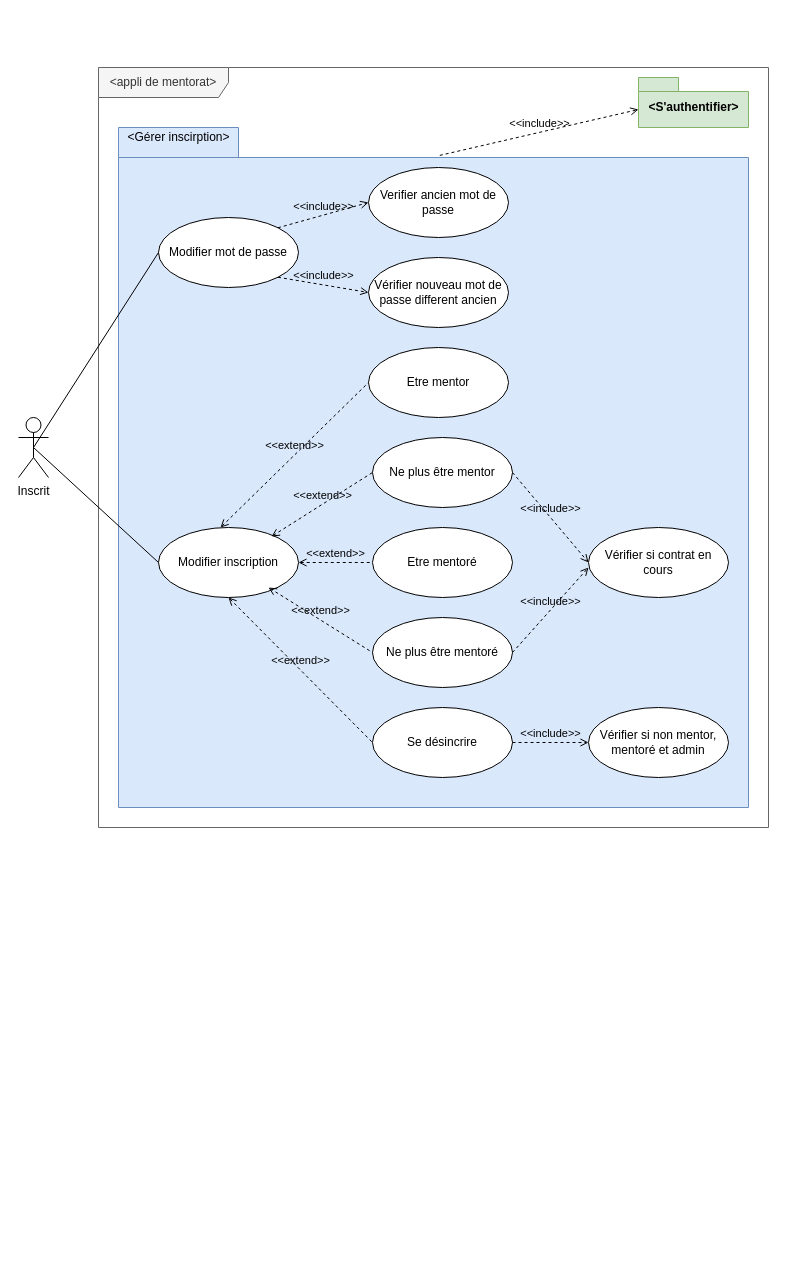
Before: page "Gérer Utilisateurs" (3 of 5) of UseCasesDiagram.drawio in emmo78/Project_ConceptionOfMentorApp, a draw.io diagram. Source tidied: cells renumbered, new cells numbered last; positions are measured from the earlier drawing's top-left corner, leaving out a move shared by most shapes. Both pictures are drawn from the tidied source at 100%, with x=0, y=0 at pixel (18, 67).
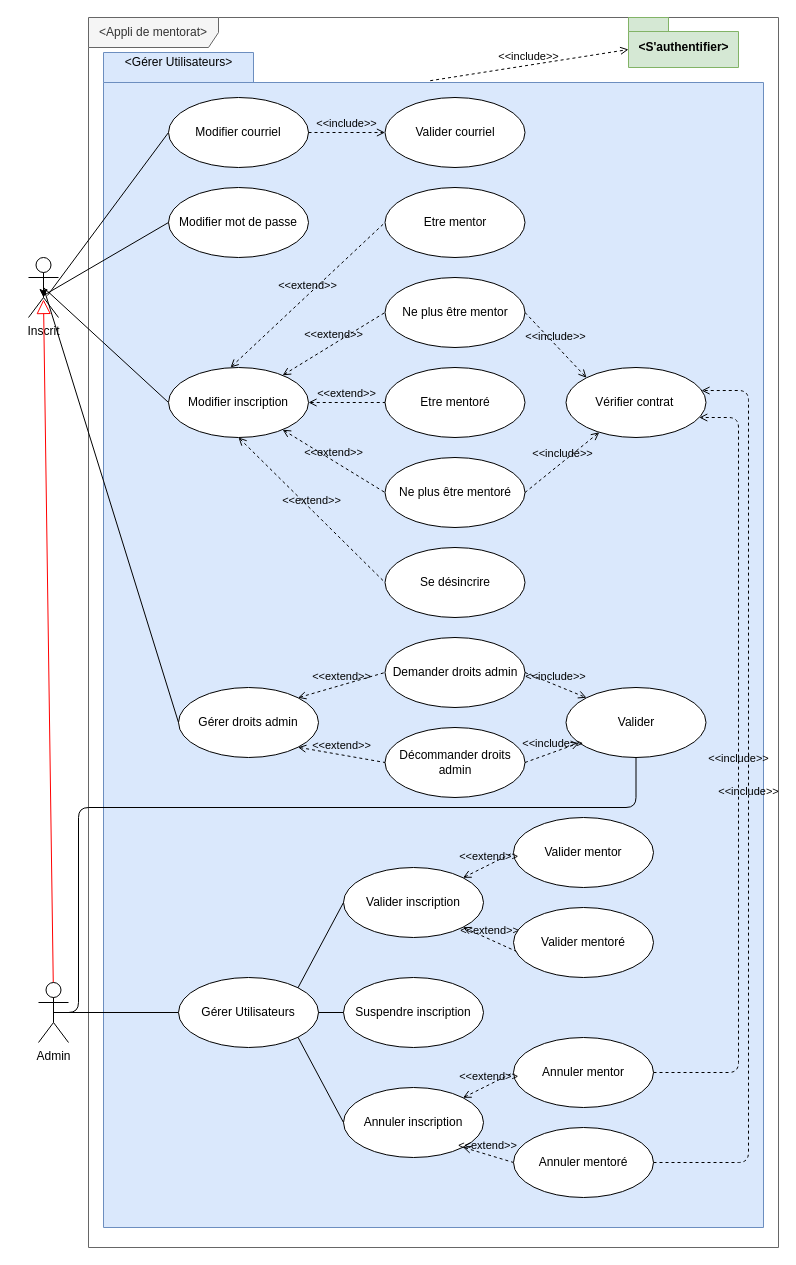
Above is the later version.

The edit, as a diff of the source:
```diff
@@
-    <mxCell id="2" value="&amp;lt;appli de mentorat&amp;gt;" style="shape=umlFrame;whiteSpace=wrap;html=1;width=130;height=30;fillColor=#f5f5f5;strokeColor=#666666;fontColor=#333333;" parent="1" vertex="1">
-      <mxGeometry x="80" width="670" height="760" as="geometry" />
+    <mxCell id="2" value="&amp;lt;Appli de mentorat&amp;gt;" style="shape=umlFrame;whiteSpace=wrap;html=1;width=130;height=30;fillColor=#f5f5f5;strokeColor=#666666;fontColor=#333333;" parent="1" vertex="1">
+      <mxGeometry x="70" y="-50" width="690" height="1230" as="geometry" />
     </mxCell>
     <mxCell id="3" value="&amp;lt;S'authentifier&amp;gt;" style="shape=folder;fontStyle=1;spacingTop=10;tabWidth=40;tabHeight=14;tabPosition=left;html=1;fillColor=#d5e8d4;strokeColor=#82b366;" parent="1" vertex="1">
-      <mxGeometry x="620" y="10" width="110" height="50" as="geometry" />
+      <mxGeometry x="610" y="-50" width="110" height="50" as="geometry" />
     </mxCell>
-    <mxCell id="4" style="shape=folder;fontStyle=1;spacingTop=10;tabWidth=120;tabHeight=30;tabPosition=left;html=1;fillColor=#dae8fc;strokeColor=#6c8ebf;" parent="1" vertex="1">
-      <mxGeometry x="100" y="60" width="630" height="680" as="geometry" />
+    <mxCell id="4" style="shape=folder;fontStyle=1;spacingTop=10;tabWidth=150;tabHeight=30;tabPosition=left;html=1;fillColor=#dae8fc;strokeColor=#6c8ebf;" parent="1" vertex="1">
+      <mxGeometry x="85" y="-15" width="660" height="1175" as="geometry" />
     </mxCell>
-    <mxCell id="5" value="&amp;lt;Gérer inscirption&amp;gt;" style="text;html=1;align=center;verticalAlign=middle;strokeColor=none;" parent="1" vertex="1">
-      <mxGeometry x="100" y="60" width="120" height="20" as="geometry" />
+    <mxCell id="5" value="&amp;lt;Gérer Utilisateurs&amp;gt;" style="text;html=1;align=center;verticalAlign=middle;strokeColor=none;" parent="1" vertex="1">
+      <mxGeometry x="100" y="-15" width="120" height="20" as="geometry" />
     </mxCell>
-    <mxCell id="6" value="&amp;lt;&amp;lt;include&amp;gt;&amp;gt;" style="html=1;verticalAlign=bottom;labelBackgroundColor=none;endArrow=open;endFill=0;dashed=1;strokeWidth=1;exitX=0.51;exitY=0.041;exitDx=0;exitDy=0;exitPerimeter=0;entryX=0;entryY=0;entryDx=0;entryDy=32;entryPerimeter=0;" parent="1" edge="1" source="4" target="3">
+    <mxCell id="6" value="&amp;lt;&amp;lt;include&amp;gt;&amp;gt;" style="html=1;verticalAlign=bottom;labelBackgroundColor=none;endArrow=open;endFill=0;dashed=1;strokeWidth=1;exitX=0.495;exitY=0.024;exitDx=0;exitDy=0;exitPerimeter=0;entryX=0;entryY=0;entryDx=0;entryDy=32;entryPerimeter=0;" parent="1" edge="1" source="4" target="3">
       <mxGeometry relative="1" as="geometry" />
     </mxCell>
     <mxCell id="7" value="Modifier mot de passe" style="ellipse;whiteSpace=wrap;html=1;" parent="1" vertex="1">
-      <mxGeometry x="140" y="150" width="140" height="70" as="geometry" />
+      <mxGeometry x="150" y="120" width="140" height="70" as="geometry" />
     </mxCell>
-    <mxCell id="8" value="Modifier inscription" style="ellipse;whiteSpace=wrap;html=1;" parent="1" vertex="1">
-      <mxGeometry x="140" y="460" width="140" height="70" as="geometry" />
-    </mxCell>
-    <mxCell id="9" value="&amp;lt;&amp;lt;include&amp;gt;&amp;gt;" style="html=1;verticalAlign=bottom;labelBackgroundColor=none;endArrow=open;endFill=0;dashed=1;strokeWidth=1;entryX=0;entryY=0.5;entryDx=0;entryDy=0;exitX=1;exitY=0;exitDx=0;exitDy=0;" parent="1" edge="1" source="7" target="10">
-      <mxGeometry relative="1" as="geometry" />
-    </mxCell>
-    <mxCell id="10" value="Verifier ancien mot de passe" style="ellipse;whiteSpace=wrap;html=1;" parent="1" vertex="1">
-      <mxGeometry x="350" y="100" width="140" height="70" as="geometry" />
-    </mxCell>
-    <mxCell id="11" value="Vérifier nouveau mot de passe different ancien" style="ellipse;whiteSpace=wrap;html=1;" parent="1" vertex="1">
-      <mxGeometry x="350" y="190" width="140" height="70" as="geometry" />
-    </mxCell>
-    <mxCell id="12" value="&amp;lt;&amp;lt;include&amp;gt;&amp;gt;" style="html=1;verticalAlign=bottom;labelBackgroundColor=none;endArrow=open;endFill=0;dashed=1;strokeWidth=1;entryX=0;entryY=0.5;entryDx=0;entryDy=0;exitX=1;exitY=1;exitDx=0;exitDy=0;" parent="1" edge="1" source="7" target="11">
-      <mxGeometry relative="1" as="geometry" />
-    </mxCell>
     <mxCell id="13" value="Etre mentor" style="ellipse;whiteSpace=wrap;html=1;" parent="1" vertex="1">
-      <mxGeometry x="350" y="280" width="140" height="70" as="geometry" />
+      <mxGeometry x="366.5" y="120" width="140" height="70" as="geometry" />
     </mxCell>
     <mxCell id="14" value="Ne plus être mentor" style="ellipse;whiteSpace=wrap;html=1;" parent="1" vertex="1">
-      <mxGeometry x="354" y="370" width="140" height="70" as="geometry" />
+      <mxGeometry x="366.5" y="210" width="140" height="70" as="geometry" />
     </mxCell>
     <mxCell id="15" value="Etre mentoré" style="ellipse;whiteSpace=wrap;html=1;" parent="1" vertex="1">
-      <mxGeometry x="354" y="460" width="140" height="70" as="geometry" />
+      <mxGeometry x="366.5" y="300" width="140" height="70" as="geometry" />
     </mxCell>
     <mxCell id="16" value="Ne plus être mentoré" style="ellipse;whiteSpace=wrap;html=1;" parent="1" vertex="1">
-      <mxGeometry x="354" y="550" width="140" height="70" as="geometry" />
+      <mxGeometry x="366.5" y="390" width="140" height="70" as="geometry" />
     </mxCell>
     <mxCell id="17" value="Se désincrire" style="ellipse;whiteSpace=wrap;html=1;" parent="1" vertex="1">
-      <mxGeometry x="354" y="640" width="140" height="70" as="geometry" />
+      <mxGeometry x="366.5" y="480" width="140" height="70" as="geometry" />
     </mxCell>
-    <mxCell id="18" value="&amp;lt;&amp;lt;extend&amp;gt;&amp;gt;" style="html=1;verticalAlign=bottom;labelBackgroundColor=none;endArrow=none;endFill=0;dashed=1;strokeWidth=1;startArrow=open;startFill=0;exitX=0.443;exitY=0;exitDx=0;exitDy=0;exitPerimeter=0;entryX=0;entryY=0.5;entryDx=0;entryDy=0;" parent="1" edge="1" source="8" target="13">
-      <mxGeometry relative="1" as="geometry" />
-    </mxCell>
-    <mxCell id="19" value="&amp;lt;&amp;lt;extend&amp;gt;&amp;gt;" style="html=1;verticalAlign=bottom;labelBackgroundColor=none;endArrow=none;endFill=0;dashed=1;strokeWidth=1;startArrow=open;startFill=0;exitX=0.807;exitY=0.129;exitDx=0;exitDy=0;exitPerimeter=0;entryX=0;entryY=0.5;entryDx=0;entryDy=0;" parent="1" edge="1" source="8" target="14">
+    <mxCell id="19" value="&amp;lt;&amp;lt;extend&amp;gt;&amp;gt;" style="html=1;verticalAlign=bottom;labelBackgroundColor=none;endArrow=none;endFill=0;dashed=1;strokeWidth=1;startArrow=open;startFill=0;entryX=0;entryY=0.5;entryDx=0;entryDy=0;" parent="1" edge="1" source="8" target="14">
       <mxGeometry relative="1" as="geometry" />
     </mxCell>
-    <mxCell id="20" value="&amp;lt;&amp;lt;extend&amp;gt;&amp;gt;" style="html=1;verticalAlign=bottom;labelBackgroundColor=none;endArrow=none;endFill=0;dashed=1;strokeWidth=1;startArrow=open;startFill=0;exitX=1;exitY=0.5;exitDx=0;exitDy=0;entryX=0;entryY=0.5;entryDx=0;entryDy=0;" parent="1" edge="1" source="8" target="15">
+    <mxCell id="20" value="&amp;lt;&amp;lt;extend&amp;gt;&amp;gt;" style="html=1;verticalAlign=bottom;labelBackgroundColor=none;endArrow=none;endFill=0;dashed=1;strokeWidth=1;startArrow=open;startFill=0;entryX=0;entryY=0.5;entryDx=0;entryDy=0;" parent="1" edge="1" source="8" target="15">
       <mxGeometry relative="1" as="geometry" />
     </mxCell>
-    <mxCell id="21" value="&amp;lt;&amp;lt;extend&amp;gt;&amp;gt;" style="html=1;verticalAlign=bottom;labelBackgroundColor=none;endArrow=none;endFill=0;dashed=1;strokeWidth=1;startArrow=open;startFill=0;entryX=0;entryY=0.5;entryDx=0;entryDy=0;" parent="1" edge="1" target="16">
-      <mxGeometry relative="1" as="geometry">
-        <mxPoint x="250" y="520" as="sourcePoint" />
-      </mxGeometry>
+    <mxCell id="21" value="&amp;lt;&amp;lt;extend&amp;gt;&amp;gt;" style="html=1;verticalAlign=bottom;labelBackgroundColor=none;endArrow=none;endFill=0;dashed=1;strokeWidth=1;startArrow=open;startFill=0;entryX=0;entryY=0.5;entryDx=0;entryDy=0;" parent="1" edge="1" source="8" target="16">
+      <mxGeometry relative="1" as="geometry" />
     </mxCell>
@@
-    <mxCell id="23" value="Vérifier si contrat en cours" style="ellipse;whiteSpace=wrap;html=1;" parent="1" vertex="1">
-      <mxGeometry x="570" y="460" width="140" height="70" as="geometry" />
+    <mxCell id="23" value="Vérifier contrat&amp;nbsp;" style="ellipse;whiteSpace=wrap;html=1;" parent="1" vertex="1">
+      <mxGeometry x="547.5" y="300" width="140" height="70" as="geometry" />
     </mxCell>
-    <mxCell id="24" value="&amp;lt;&amp;lt;include&amp;gt;&amp;gt;" style="html=1;verticalAlign=bottom;labelBackgroundColor=none;endArrow=open;endFill=0;dashed=1;strokeWidth=1;exitX=1;exitY=0.5;exitDx=0;exitDy=0;entryX=0;entryY=0.5;entryDx=0;entryDy=0;" parent="1" edge="1" source="14" target="23">
+    <mxCell id="24" value="&amp;lt;&amp;lt;include&amp;gt;&amp;gt;" style="html=1;verticalAlign=bottom;labelBackgroundColor=none;endArrow=open;endFill=0;dashed=1;strokeWidth=1;exitX=1;exitY=0.5;exitDx=0;exitDy=0;entryX=0;entryY=0;entryDx=0;entryDy=0;" parent="1" edge="1" source="14" target="23">
       <mxGeometry relative="1" as="geometry" />
     </mxCell>
-    <mxCell id="25" value="&amp;lt;&amp;lt;include&amp;gt;&amp;gt;" style="html=1;verticalAlign=bottom;labelBackgroundColor=none;endArrow=open;endFill=0;dashed=1;strokeWidth=1;exitX=1;exitY=0.5;exitDx=0;exitDy=0;" parent="1" edge="1" source="16">
-      <mxGeometry relative="1" as="geometry">
-        <mxPoint x="570" y="500" as="targetPoint" />
-      </mxGeometry>
+    <mxCell id="25" value="&amp;lt;&amp;lt;include&amp;gt;&amp;gt;" style="html=1;verticalAlign=bottom;labelBackgroundColor=none;endArrow=open;endFill=0;dashed=1;strokeWidth=1;exitX=1;exitY=0.5;exitDx=0;exitDy=0;" parent="1" edge="1" source="16" target="23">
+      <mxGeometry relative="1" as="geometry" />
     </mxCell>
-    <mxCell id="26" value="Vérifier si non mentor, mentoré et admin" style="ellipse;whiteSpace=wrap;html=1;" parent="1" vertex="1">
-      <mxGeometry x="570" y="640" width="140" height="70" as="geometry" />
-    </mxCell>
-    <mxCell id="27" value="&amp;lt;&amp;lt;include&amp;gt;&amp;gt;" style="html=1;verticalAlign=bottom;labelBackgroundColor=none;endArrow=open;endFill=0;dashed=1;strokeWidth=1;entryX=0;entryY=0.5;entryDx=0;entryDy=0;exitX=1;exitY=0.5;exitDx=0;exitDy=0;" parent="1" edge="1" source="17" target="26">
-      <mxGeometry relative="1" as="geometry" />
-    </mxCell>
     <mxCell id="28" value="Inscrit" style="shape=umlActor;verticalLabelPosition=bottom;verticalAlign=top;html=1;" parent="1" vertex="1">
-      <mxGeometry y="350" width="30" height="60" as="geometry" />
+      <mxGeometry x="10" y="190" width="30" height="60" as="geometry" />
     </mxCell>
-    <mxCell id="29" style="endArrow=none;html=1;exitX=0.5;exitY=0.5;exitDx=0;exitDy=0;exitPerimeter=0;entryX=0;entryY=0.5;entryDx=0;entryDy=0;" parent="1" edge="1" source="28" target="7">
+    <mxCell id="29" style="endArrow=none;html=1;exitX=0.633;exitY=0.633;exitDx=0;exitDy=0;exitPerimeter=0;entryX=0;entryY=0.5;entryDx=0;entryDy=0;" parent="1" edge="1" source="28" target="32">
       <mxGeometry relative="1" as="geometry" />
     </mxCell>
@@
+    <mxCell id="8" value="Modifier inscription" style="ellipse;whiteSpace=wrap;html=1;" parent="1" vertex="1">
+      <mxGeometry x="150" y="300" width="140" height="70" as="geometry" />
+    </mxCell>
+    <mxCell id="18" value="&amp;lt;&amp;lt;extend&amp;gt;&amp;gt;" style="html=1;verticalAlign=bottom;labelBackgroundColor=none;endArrow=none;endFill=0;dashed=1;strokeWidth=1;startArrow=open;startFill=0;exitX=0.443;exitY=0;exitDx=0;exitDy=0;exitPerimeter=0;entryX=0;entryY=0.5;entryDx=0;entryDy=0;" parent="1" edge="1" source="8" target="13">
+      <mxGeometry relative="1" as="geometry" />
+    </mxCell>
+    <mxCell id="31" style="endArrow=none;html=1;exitX=0.5;exitY=0.633;exitDx=0;exitDy=0;exitPerimeter=0;entryX=0;entryY=0.5;entryDx=0;entryDy=0;" parent="1" edge="1" source="28" target="7">
+      <mxGeometry relative="1" as="geometry" />
+    </mxCell>
+    <mxCell id="32" value="Modifier courriel" style="ellipse;whiteSpace=wrap;html=1;" parent="1" vertex="1">
+      <mxGeometry x="150" y="30" width="140" height="70" as="geometry" />
+    </mxCell>
+    <mxCell id="33" style="edgeStyle=orthogonalEdgeStyle;rounded=0;orthogonalLoop=1;jettySize=auto;html=1;exitX=0.5;exitY=0.5;exitDx=0;exitDy=0;exitPerimeter=0;entryX=0.5;entryY=0.667;entryDx=0;entryDy=0;entryPerimeter=0;" parent="1" edge="1" source="28" target="28">
+      <mxGeometry relative="1" as="geometry" />
+    </mxCell>
+    <mxCell id="34" value="&amp;lt;&amp;lt;include&amp;gt;&amp;gt;" style="html=1;verticalAlign=bottom;labelBackgroundColor=none;endArrow=open;endFill=0;dashed=1;strokeWidth=1;exitX=1;exitY=0.5;exitDx=0;exitDy=0;entryX=0;entryY=0.5;entryDx=0;entryDy=0;" parent="1" edge="1" source="32" target="35">
+      <mxGeometry relative="1" as="geometry" />
+    </mxCell>
+    <mxCell id="35" value="Valider courriel" style="ellipse;whiteSpace=wrap;html=1;" parent="1" vertex="1">
+      <mxGeometry x="366.5" y="30" width="140" height="70" as="geometry" />
+    </mxCell>
+    <mxCell id="36" style="endArrow=block;endFill=0;endSize=12;html=1;strokeWidth=1;exitX=0.5;exitY=0.283;exitDx=0;exitDy=0;exitPerimeter=0;entryX=0.5;entryY=0.7;entryDx=0;entryDy=0;entryPerimeter=0;strokeColor=#FF0000;" parent="1" edge="1" source="37" target="28">
+      <mxGeometry relative="1" as="geometry" />
+    </mxCell>
+    <mxCell id="37" value="Admin" style="shape=umlActor;verticalLabelPosition=bottom;verticalAlign=top;html=1;" parent="1" vertex="1">
+      <mxGeometry x="20" y="915" width="30" height="60" as="geometry" />
+    </mxCell>
+    <mxCell id="38" style="endArrow=none;html=1;exitX=0.5;exitY=0.5;exitDx=0;exitDy=0;exitPerimeter=0;" parent="1" edge="1" source="37" target="60">
+      <mxGeometry relative="1" as="geometry" />
+    </mxCell>
+    <mxCell id="39" value="&amp;lt;&amp;lt;include&amp;gt;&amp;gt;" style="html=1;verticalAlign=bottom;labelBackgroundColor=none;endArrow=open;endFill=0;dashed=1;strokeWidth=1;exitX=1;exitY=0.5;exitDx=0;exitDy=0;edgeStyle=orthogonalEdgeStyle;entryX=0.968;entryY=0.329;entryDx=0;entryDy=0;entryPerimeter=0;" parent="1" edge="1" source="57" target="23">
+      <mxGeometry relative="1" as="geometry">
+        <Array as="points">
+          <mxPoint x="730" y="1095" />
+          <mxPoint x="730" y="323" />
+        </Array>
+      </mxGeometry>
+    </mxCell>
+    <mxCell id="40" value="&amp;lt;&amp;lt;include&amp;gt;&amp;gt;" style="html=1;verticalAlign=bottom;labelBackgroundColor=none;endArrow=open;endFill=0;dashed=1;strokeWidth=1;exitX=1;exitY=0.5;exitDx=0;exitDy=0;edgeStyle=orthogonalEdgeStyle;" parent="1" edge="1" source="53" target="23">
+      <mxGeometry relative="1" as="geometry">
+        <Array as="points">
+          <mxPoint x="720" y="1005" />
+          <mxPoint x="720" y="350" />
+        </Array>
+      </mxGeometry>
+    </mxCell>
+    <mxCell id="41" value="Demander droits admin" style="ellipse;whiteSpace=wrap;html=1;" parent="1" vertex="1">
+      <mxGeometry x="366.5" y="570" width="140" height="70" as="geometry" />
+    </mxCell>
+    <mxCell id="42" value="&amp;lt;&amp;lt;extend&amp;gt;&amp;gt;" style="html=1;verticalAlign=bottom;labelBackgroundColor=none;endArrow=none;endFill=0;dashed=1;strokeWidth=1;startArrow=open;startFill=0;entryX=0;entryY=0.5;entryDx=0;entryDy=0;exitX=1;exitY=0;exitDx=0;exitDy=0;" parent="1" edge="1" source="43" target="41">
+      <mxGeometry relative="1" as="geometry" />
+    </mxCell>
+    <mxCell id="43" value="Gérer droits admin" style="ellipse;whiteSpace=wrap;html=1;" parent="1" vertex="1">
+      <mxGeometry x="160" y="620" width="140" height="70" as="geometry" />
+    </mxCell>
+    <mxCell id="44" value="&amp;lt;&amp;lt;extend&amp;gt;&amp;gt;" style="html=1;verticalAlign=bottom;labelBackgroundColor=none;endArrow=none;endFill=0;dashed=1;strokeWidth=1;startArrow=open;startFill=0;exitX=1;exitY=1;exitDx=0;exitDy=0;entryX=0;entryY=0.5;entryDx=0;entryDy=0;" parent="1" edge="1" source="43" target="45">
+      <mxGeometry relative="1" as="geometry" />
+    </mxCell>
+    <mxCell id="45" value="Décommander droits admin" style="ellipse;whiteSpace=wrap;html=1;" parent="1" vertex="1">
+      <mxGeometry x="366.5" y="660" width="140" height="70" as="geometry" />
+    </mxCell>
+    <mxCell id="46" style="endArrow=none;html=1;entryX=0;entryY=0.5;entryDx=0;entryDy=0;exitX=0.5;exitY=0.5;exitDx=0;exitDy=0;exitPerimeter=0;" parent="1" edge="1" source="28" target="43">
+      <mxGeometry relative="1" as="geometry" />
+    </mxCell>
+    <mxCell id="47" value="Valider mentor" style="ellipse;whiteSpace=wrap;html=1;" parent="1" vertex="1">
+      <mxGeometry x="495" y="750" width="140" height="70" as="geometry" />
+    </mxCell>
+    <mxCell id="48" value="&amp;lt;&amp;lt;extend&amp;gt;&amp;gt;" style="html=1;verticalAlign=bottom;labelBackgroundColor=none;endArrow=none;endFill=0;dashed=1;strokeWidth=1;startArrow=open;startFill=0;entryX=0;entryY=0.5;entryDx=0;entryDy=0;" parent="1" edge="1" source="49" target="47">
+      <mxGeometry relative="1" as="geometry" />
+    </mxCell>
+    <mxCell id="49" value="Valider inscription" style="ellipse;whiteSpace=wrap;html=1;" parent="1" vertex="1">
+      <mxGeometry x="325" y="800" width="140" height="70" as="geometry" />
+    </mxCell>
+    <mxCell id="50" value="&amp;lt;&amp;lt;extend&amp;gt;&amp;gt;" style="html=1;verticalAlign=bottom;labelBackgroundColor=none;endArrow=none;endFill=0;dashed=1;strokeWidth=1;startArrow=open;startFill=0;exitX=1;exitY=1;exitDx=0;exitDy=0;entryX=0.023;entryY=0.629;entryDx=0;entryDy=0;entryPerimeter=0;" parent="1" edge="1" source="49" target="51">
+      <mxGeometry relative="1" as="geometry" />
+    </mxCell>
+    <mxCell id="51" value="Valider mentoré" style="ellipse;whiteSpace=wrap;html=1;" parent="1" vertex="1">
+      <mxGeometry x="495" y="840" width="140" height="70" as="geometry" />
+    </mxCell>
+    <mxCell id="52" value="Suspendre inscription" style="ellipse;whiteSpace=wrap;html=1;" parent="1" vertex="1">
+      <mxGeometry x="325" y="910" width="140" height="70" as="geometry" />
+    </mxCell>
+    <mxCell id="53" value="Annuler mentor" style="ellipse;whiteSpace=wrap;html=1;" parent="1" vertex="1">
+      <mxGeometry x="495" y="970" width="140" height="70" as="geometry" />
+    </mxCell>
+    <mxCell id="54" value="&amp;lt;&amp;lt;extend&amp;gt;&amp;gt;" style="html=1;verticalAlign=bottom;labelBackgroundColor=none;endArrow=none;endFill=0;dashed=1;strokeWidth=1;startArrow=open;startFill=0;entryX=0;entryY=0.5;entryDx=0;entryDy=0;" parent="1" edge="1" source="55" target="53">
+      <mxGeometry relative="1" as="geometry" />
+    </mxCell>
+    <mxCell id="55" value="Annuler inscription" style="ellipse;whiteSpace=wrap;html=1;" parent="1" vertex="1">
+      <mxGeometry x="325" y="1020" width="140" height="70" as="geometry" />
+    </mxCell>
+    <mxCell id="56" value="&amp;lt;&amp;lt;extend&amp;gt;&amp;gt;" style="html=1;verticalAlign=bottom;labelBackgroundColor=none;endArrow=none;endFill=0;dashed=1;strokeWidth=1;startArrow=open;startFill=0;exitX=1;exitY=1;exitDx=0;exitDy=0;entryX=0;entryY=0.5;entryDx=0;entryDy=0;" parent="1" edge="1" source="55">
+      <mxGeometry relative="1" as="geometry">
+        <mxPoint x="495" y="1095" as="targetPoint" />
+      </mxGeometry>
+    </mxCell>
+    <mxCell id="57" value="Annuler&amp;nbsp;mentoré" style="ellipse;whiteSpace=wrap;html=1;" parent="1" vertex="1">
+      <mxGeometry x="495" y="1060" width="140" height="70" as="geometry" />
+    </mxCell>
+    <mxCell id="58" style="endArrow=none;html=1;exitX=1;exitY=1;exitDx=0;exitDy=0;entryX=0;entryY=0.5;entryDx=0;entryDy=0;" parent="1" edge="1" source="60" target="55">
+      <mxGeometry relative="1" as="geometry" />
+    </mxCell>
+    <mxCell id="59" style="endArrow=none;html=1;entryX=0;entryY=0.5;entryDx=0;entryDy=0;exitX=1;exitY=0;exitDx=0;exitDy=0;" parent="1" edge="1" source="60" target="49">
+      <mxGeometry relative="1" as="geometry" />
+    </mxCell>
+    <mxCell id="60" value="Gérer Utilisateurs" style="ellipse;whiteSpace=wrap;html=1;" parent="1" vertex="1">
+      <mxGeometry x="160" y="910" width="140" height="70" as="geometry" />
+    </mxCell>
+    <mxCell id="61" style="endArrow=none;html=1;edgeStyle=orthogonalEdgeStyle;exitX=1;exitY=0.5;exitDx=0;exitDy=0;entryX=0;entryY=0.5;entryDx=0;entryDy=0;" parent="1" edge="1" source="60" target="52">
+      <mxGeometry relative="1" as="geometry" />
+    </mxCell>
+    <mxCell id="62" value="Valider" style="ellipse;whiteSpace=wrap;html=1;" parent="1" vertex="1">
+      <mxGeometry x="547.5" y="620" width="140" height="70" as="geometry" />
+    </mxCell>
+    <mxCell id="63" value="&amp;lt;&amp;lt;include&amp;gt;&amp;gt;" style="html=1;verticalAlign=bottom;labelBackgroundColor=none;endArrow=open;endFill=0;dashed=1;strokeWidth=1;exitX=1;exitY=0.5;exitDx=0;exitDy=0;entryX=0;entryY=0;entryDx=0;entryDy=0;" parent="1" edge="1" source="41" target="62">
+      <mxGeometry relative="1" as="geometry" />
+    </mxCell>
+    <mxCell id="64" value="&amp;lt;&amp;lt;include&amp;gt;&amp;gt;" style="html=1;verticalAlign=bottom;labelBackgroundColor=none;endArrow=open;endFill=0;dashed=1;strokeWidth=1;exitX=1;exitY=0.5;exitDx=0;exitDy=0;" parent="1" edge="1" source="45" target="62">
+      <mxGeometry relative="1" as="geometry" />
+    </mxCell>
+    <mxCell id="65" style="endArrow=none;html=1;edgeStyle=orthogonalEdgeStyle;strokeColor=#000000;exitX=0.5;exitY=0.5;exitDx=0;exitDy=0;exitPerimeter=0;entryX=0.5;entryY=1;entryDx=0;entryDy=0;" parent="1" edge="1" source="37" target="62">
+      <mxGeometry relative="1" as="geometry">
+        <Array as="points">
+          <mxPoint x="60" y="945" />
+          <mxPoint x="60" y="740" />
+          <mxPoint x="618" y="740" />
+        </Array>
+      </mxGeometry>
+    </mxCell>
```
